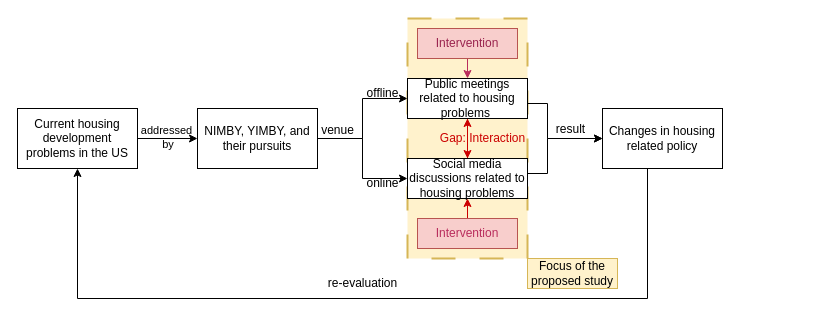
Above: Untitled Diagram.drawio in changgge/changgge (draw.io), before the change. Source tidied: cells renumbered, new cells numbered last; positions are measured from the earlier drawing's top-left corner, leaving out a move shared by most shapes. Both pictures are drawn from the tidied source at 100%, with x=0, y=0 at pixel (17, 18).
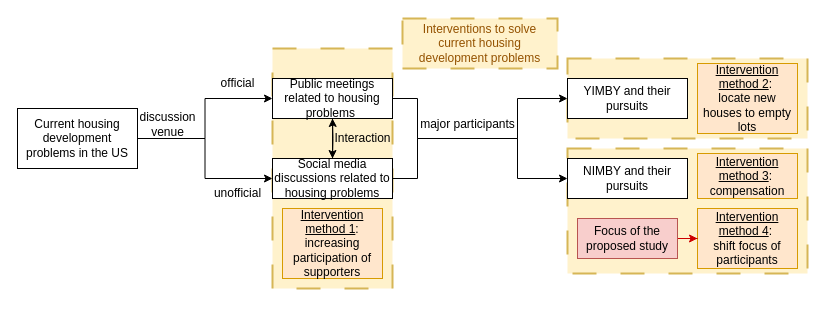
Above is the later version.

The change refers to these unchanged cells:
```xml
<mxCell id="5" value="Current housing development problems in the US" style="rounded=0;whiteSpace=wrap;html=1;" parent="1" vertex="1">
  <mxGeometry y="90" width="120" height="60" as="geometry" />
</mxCell>
```

Change to the diagram source:
```diff
@@
+    <mxCell id="28" style="rounded=0;whiteSpace=wrap;html=1;fillColor=#fff2cc;dashed=1;dashPattern=12 12;strokeColor=#d6b656;strokeWidth=2;perimeterSpacing=0;fillStyle=solid;" parent="1" vertex="1">
+      <mxGeometry x="550" y="130" width="240" height="125" as="geometry" />
+    </mxCell>
+    <mxCell id="29" style="rounded=0;whiteSpace=wrap;html=1;fillColor=#fff2cc;dashed=1;dashPattern=12 12;strokeColor=#d6b656;strokeWidth=2;perimeterSpacing=0;fillStyle=solid;" parent="1" vertex="1">
+      <mxGeometry x="550" y="40" width="240" height="80" as="geometry" />
+    </mxCell>
     <mxCell id="2" style="rounded=0;whiteSpace=wrap;html=1;fillColor=#fff2cc;dashed=1;dashPattern=12 12;strokeColor=#d6b656;strokeWidth=2;perimeterSpacing=0;fillStyle=solid;" parent="1" vertex="1">
-      <mxGeometry x="390" width="120" height="240" as="geometry" />
+      <mxGeometry x="255" y="30" width="120" height="240" as="geometry" />
     </mxCell>
-    <mxCell id="3" style="edgeStyle=orthogonalEdgeStyle;rounded=0;jettySize=auto;html=1;exitX=1;exitY=0.5;exitDx=0;exitDy=0;entryX=0;entryY=0.5;entryDx=0;entryDy=0;" parent="1" edge="1" source="5" target="8">
-      <mxGeometry relative="1" as="geometry" />
-    </mxCell>
-    <mxCell id="4" value="addressed&lt;br&gt;&amp;nbsp;by" style="edgeLabel;html=1;align=center;verticalAlign=middle;labelBackgroundColor=none;" parent="3" vertex="1">
-      <mxGeometry x="-0.34" y="1" relative="1" as="geometry">
-        <mxPoint x="8" y="-1" as="offset" />
-      </mxGeometry>
-    </mxCell>
+    <mxCell id="30" style="edgeStyle=orthogonalEdgeStyle;rounded=0;jettySize=auto;html=1;exitX=1;exitY=0.5;exitDx=0;exitDy=0;entryX=0;entryY=0.5;entryDx=0;entryDy=0;" parent="1" edge="1" source="5" target="16">
+      <mxGeometry relative="1" as="geometry" />
+    </mxCell>
+    <mxCell id="31" style="edgeStyle=orthogonalEdgeStyle;rounded=0;jettySize=auto;html=1;exitX=1;exitY=0.5;exitDx=0;exitDy=0;entryX=0;entryY=0.5;entryDx=0;entryDy=0;" parent="1" edge="1" source="5" target="11">
+      <mxGeometry relative="1" as="geometry" />
+    </mxCell>
@@
-    <mxCell id="6" style="edgeStyle=orthogonalEdgeStyle;rounded=0;jettySize=auto;html=1;exitX=1;exitY=0.5;exitDx=0;exitDy=0;" parent="1" edge="1" source="8" target="11">
-      <mxGeometry relative="1" as="geometry" />
-    </mxCell>
-    <mxCell id="7" style="edgeStyle=orthogonalEdgeStyle;rounded=0;jettySize=auto;html=1;exitX=1;exitY=0.5;exitDx=0;exitDy=0;entryX=0;entryY=0.5;entryDx=0;entryDy=0;" parent="1" edge="1" source="8" target="16">
-      <mxGeometry relative="1" as="geometry" />
-    </mxCell>
-    <mxCell id="8" value="NIMBY, YIMBY, and their pursuits" style="rounded=0;whiteSpace=wrap;html=1;" parent="1" vertex="1">
-      <mxGeometry x="180" y="90" width="120" height="60" as="geometry" />
+    <mxCell id="8" value="YIMBY and their pursuits" style="rounded=0;whiteSpace=wrap;html=1;" parent="1" vertex="1">
+      <mxGeometry x="550" y="60" width="120" height="40" as="geometry" />
     </mxCell>
-    <mxCell id="9" style="edgeStyle=orthogonalEdgeStyle;rounded=0;jettySize=auto;html=1;exitX=1;exitY=0.5;exitDx=0;exitDy=0;entryX=0;entryY=0.5;entryDx=0;entryDy=0;" parent="1" edge="1" source="11" target="19">
-      <mxGeometry relative="1" as="geometry">
-        <Array as="points">
-          <mxPoint x="530" y="85" />
-          <mxPoint x="530" y="120" />
-        </Array>
-      </mxGeometry>
-    </mxCell>
-    <mxCell id="10" style="edgeStyle=orthogonalEdgeStyle;rounded=0;jettySize=auto;html=1;exitX=0.5;exitY=1;exitDx=0;exitDy=0;strokeColor=#CC0000;" parent="1" edge="1" source="11" target="16">
+    <mxCell id="10" style="edgeStyle=orthogonalEdgeStyle;rounded=0;jettySize=auto;html=1;exitX=0.5;exitY=1;exitDx=0;exitDy=0;strokeColor=#000000;" parent="1" edge="1" source="11" target="16">
       <mxGeometry relative="1" as="geometry" />
     </mxCell>
+    <mxCell id="32" style="edgeStyle=orthogonalEdgeStyle;rounded=0;jettySize=auto;html=1;exitX=1;exitY=0.5;exitDx=0;exitDy=0;entryX=0;entryY=0.5;entryDx=0;entryDy=0;" parent="1" edge="1" source="11" target="34">
+      <mxGeometry relative="1" as="geometry">
+        <Array as="points">
+          <mxPoint x="400" y="80" />
+          <mxPoint x="400" y="120" />
+          <mxPoint x="500" y="120" />
+          <mxPoint x="500" y="160" />
+        </Array>
+      </mxGeometry>
+    </mxCell>
     <mxCell id="11" value="Public meetings related to housing problems&amp;nbsp;" style="rounded=0;whiteSpace=wrap;html=1;" parent="1" vertex="1">
-      <mxGeometry x="390" y="60" width="120" height="40" as="geometry" />
+      <mxGeometry x="255" y="60" width="120" height="40" as="geometry" />
     </mxCell>
-    <mxCell id="12" style="edgeStyle=orthogonalEdgeStyle;rounded=0;jettySize=auto;html=1;exitX=0.5;exitY=0;exitDx=0;exitDy=0;entryX=0.5;entryY=1;entryDx=0;entryDy=0;strokeColor=#CC0000;" parent="1" edge="1" source="13" target="16">
-      <mxGeometry relative="1" as="geometry" />
-    </mxCell>
-    <mxCell id="13" value="&lt;font color=&quot;#b92d5d&quot;&gt;Intervention&lt;/font&gt;" style="rounded=0;whiteSpace=wrap;html=1;fillColor=#f8cecc;strokeColor=#b85450;" parent="1" vertex="1">
-      <mxGeometry x="400" y="200" width="100" height="30" as="geometry" />
-    </mxCell>
-    <mxCell id="14" style="edgeStyle=orthogonalEdgeStyle;rounded=0;jettySize=auto;html=1;exitX=0.5;exitY=0;exitDx=0;exitDy=0;entryX=0.5;entryY=1;entryDx=0;entryDy=0;strokeColor=#CC0000;" parent="1" edge="1" source="16" target="11">
-      <mxGeometry relative="1" as="geometry" />
+    <mxCell id="14" style="edgeStyle=orthogonalEdgeStyle;rounded=0;jettySize=auto;html=1;entryX=0.5;entryY=1;entryDx=0;entryDy=0;strokeColor=#000000;" parent="1" edge="1" target="11">
+      <mxGeometry relative="1" as="geometry">
+        <mxPoint x="315" y="140" as="sourcePoint" />
+      </mxGeometry>
     </mxCell>
-    <mxCell id="15" style="edgeStyle=orthogonalEdgeStyle;rounded=0;jettySize=auto;html=1;exitX=1;exitY=0.5;exitDx=0;exitDy=0;entryX=0;entryY=0.5;entryDx=0;entryDy=0;" parent="1" edge="1" source="16" target="19">
-      <mxGeometry relative="1" as="geometry">
-        <Array as="points">
-          <mxPoint x="530" y="155" />
-          <mxPoint x="530" y="120" />
-        </Array>
-      </mxGeometry>
-    </mxCell>
+    <mxCell id="33" style="edgeStyle=orthogonalEdgeStyle;rounded=0;jettySize=auto;html=1;exitX=1;exitY=0.5;exitDx=0;exitDy=0;entryX=0;entryY=0.5;entryDx=0;entryDy=0;" parent="1" edge="1" source="16" target="8">
+      <mxGeometry relative="1" as="geometry">
+        <Array as="points">
+          <mxPoint x="400" y="160" />
+          <mxPoint x="400" y="120" />
+          <mxPoint x="500" y="120" />
+          <mxPoint x="500" y="80" />
+        </Array>
+      </mxGeometry>
+    </mxCell>
     <mxCell id="16" value="Social media discussions related to housing problems" style="rounded=0;whiteSpace=wrap;html=1;" parent="1" vertex="1">
-      <mxGeometry x="390" y="140" width="120" height="40" as="geometry" />
+      <mxGeometry x="255" y="140" width="120" height="40" as="geometry" />
     </mxCell>
-    <mxCell id="17" style="edgeStyle=orthogonalEdgeStyle;rounded=0;jettySize=auto;html=1;exitX=0.5;exitY=1;exitDx=0;exitDy=0;entryX=0.5;entryY=0;entryDx=0;entryDy=0;strokeColor=#b92d5d;" parent="1" edge="1" source="22" target="11">
-      <mxGeometry relative="1" as="geometry" />
-    </mxCell>
-    <mxCell id="18" style="edgeStyle=orthogonalEdgeStyle;rounded=0;jettySize=auto;html=1;exitX=0.5;exitY=1;exitDx=0;exitDy=0;entryX=0.5;entryY=1;entryDx=0;entryDy=0;" parent="1" edge="1" source="19" target="5">
-      <mxGeometry relative="1" as="geometry">
-        <Array as="points">
-          <mxPoint x="630" y="150" />
-          <mxPoint x="630" y="280" />
-          <mxPoint x="60" y="280" />
-        </Array>
-      </mxGeometry>
-    </mxCell>
-    <mxCell id="19" value="Changes in housing related policy" style="rounded=0;whiteSpace=wrap;html=1;" parent="1" vertex="1">
-      <mxGeometry x="585" y="90" width="120" height="60" as="geometry" />
-    </mxCell>
-    <mxCell id="20" value="venue" style="text;html=1;align=center;verticalAlign=middle;strokeColor=none;fillColor=none;" parent="1" vertex="1">
-      <mxGeometry x="290" y="97" width="60" height="30" as="geometry" />
+    <mxCell id="20" value="discussion &lt;br&gt;venue" style="text;html=1;align=center;verticalAlign=middle;strokeColor=none;fillColor=none;" parent="1" vertex="1">
+      <mxGeometry x="110" y="86" width="80" height="40" as="geometry" />
     </mxCell>
-    <mxCell id="21" value="Gap: Interaction" style="text;html=1;align=center;verticalAlign=middle;strokeColor=none;fillColor=none;fontColor=#CC0000;" parent="1" vertex="1">
-      <mxGeometry x="410" y="105" width="110" height="30" as="geometry" />
+    <mxCell id="21" value="Interaction" style="text;html=1;align=center;verticalAlign=middle;strokeColor=none;fillColor=none;fontColor=#000000;" parent="1" vertex="1">
+      <mxGeometry x="305" y="105" width="80" height="30" as="geometry" />
     </mxCell>
-    <mxCell id="22" value="&lt;font color=&quot;#9a244f&quot;&gt;Intervention&lt;/font&gt;" style="rounded=0;whiteSpace=wrap;html=1;fillColor=#f8cecc;strokeColor=#b85450;" parent="1" vertex="1">
-      <mxGeometry x="400" y="10" width="100" height="30" as="geometry" />
-    </mxCell>
-    <mxCell id="23" value="result" style="text;html=1;align=center;verticalAlign=middle;strokeColor=none;fillColor=none;" parent="1" vertex="1">
-      <mxGeometry x="528" y="96" width="50" height="30" as="geometry" />
+    <mxCell id="23" value="major participants" style="text;html=1;align=center;verticalAlign=middle;strokeColor=none;fillColor=none;" parent="1" vertex="1">
+      <mxGeometry x="390" y="91" width="120" height="30" as="geometry" />
     </mxCell>
-    <mxCell id="24" value="re-evaluation" style="text;html=1;align=center;verticalAlign=middle;strokeColor=none;fillColor=none;" parent="1" vertex="1">
-      <mxGeometry x="300" y="250" width="90" height="30" as="geometry" />
-    </mxCell>
-    <mxCell id="25" value="offline" style="text;html=1;align=center;verticalAlign=middle;strokeColor=none;fillColor=none;" parent="1" vertex="1">
-      <mxGeometry x="335" y="60" width="60" height="30" as="geometry" />
+    <mxCell id="25" value="official" style="text;html=1;align=center;verticalAlign=middle;strokeColor=none;fillColor=none;" parent="1" vertex="1">
+      <mxGeometry x="190" y="50" width="60" height="30" as="geometry" />
     </mxCell>
-    <mxCell id="26" value="online" style="text;html=1;align=center;verticalAlign=middle;strokeColor=none;fillColor=none;" parent="1" vertex="1">
-      <mxGeometry x="335" y="150" width="60" height="30" as="geometry" />
+    <mxCell id="26" value="unofficial" style="text;html=1;align=center;verticalAlign=middle;strokeColor=none;fillColor=none;" parent="1" vertex="1">
+      <mxGeometry x="185" y="160" width="70" height="30" as="geometry" />
     </mxCell>
-    <mxCell id="27" value="Focus of the proposed study" style="rounded=0;whiteSpace=wrap;html=1;fillColor=#fff2cc;strokeColor=#d6b656;" parent="1" vertex="1">
-      <mxGeometry x="510" y="240" width="90" height="30" as="geometry" />
+    <mxCell id="27" value="&lt;u&gt;Intervention method 1&lt;/u&gt;: increasing participation of supporters" style="rounded=0;whiteSpace=wrap;html=1;fillColor=#ffe6cc;strokeColor=#d79b00;" parent="1" vertex="1">
+      <mxGeometry x="265" y="190" width="100" height="70" as="geometry" />
     </mxCell>
+    <mxCell id="34" value="NIMBY and their pursuits" style="rounded=0;whiteSpace=wrap;html=1;" parent="1" vertex="1">
+      <mxGeometry x="550" y="140" width="120" height="40" as="geometry" />
+    </mxCell>
+    <mxCell id="35" value="&lt;u&gt;Intervention method 2&lt;/u&gt;:&amp;nbsp;&lt;br&gt;locate new houses to empty lots" style="rounded=0;whiteSpace=wrap;html=1;fillColor=#ffe6cc;strokeColor=#d79b00;" parent="1" vertex="1">
+      <mxGeometry x="680" y="45" width="100" height="70" as="geometry" />
+    </mxCell>
+    <mxCell id="36" value="&lt;u&gt;Intervention method 3&lt;/u&gt;:&amp;nbsp;&lt;br&gt;compensation" style="rounded=0;whiteSpace=wrap;html=1;fillColor=#ffe6cc;strokeColor=#d79b00;" parent="1" vertex="1">
+      <mxGeometry x="680" y="135" width="100" height="45" as="geometry" />
+    </mxCell>
+    <mxCell id="37" value="&lt;u&gt;Intervention method 4&lt;/u&gt;:&amp;nbsp;&lt;br&gt;shift focus of participants" style="rounded=0;whiteSpace=wrap;html=1;fillColor=#ffe6cc;strokeColor=#d79b00;" parent="1" vertex="1">
+      <mxGeometry x="680" y="190" width="100" height="60" as="geometry" />
+    </mxCell>
+    <mxCell id="38" style="edgeStyle=orthogonalEdgeStyle;rounded=0;jettySize=auto;html=1;exitX=1;exitY=0.5;exitDx=0;exitDy=0;strokeColor=#CC0000;" parent="1" edge="1" source="39" target="37">
+      <mxGeometry relative="1" as="geometry" />
+    </mxCell>
+    <mxCell id="39" value="Focus of the proposed study" style="rounded=0;whiteSpace=wrap;html=1;fillColor=#f8cecc;strokeColor=#b85450;" parent="1" vertex="1">
+      <mxGeometry x="560" y="200" width="100" height="40" as="geometry" />
+    </mxCell>
+    <mxCell id="40" value="&lt;font color=&quot;#945200&quot;&gt;Interventions to solve current housing development problems&lt;/font&gt;" style="rounded=0;whiteSpace=wrap;html=1;fillColor=#fff2cc;dashed=1;dashPattern=12 12;strokeColor=#d6b656;strokeWidth=2;perimeterSpacing=0;fillStyle=solid;" parent="1" vertex="1">
+      <mxGeometry x="385" width="155" height="50" as="geometry" />
+    </mxCell>
```
